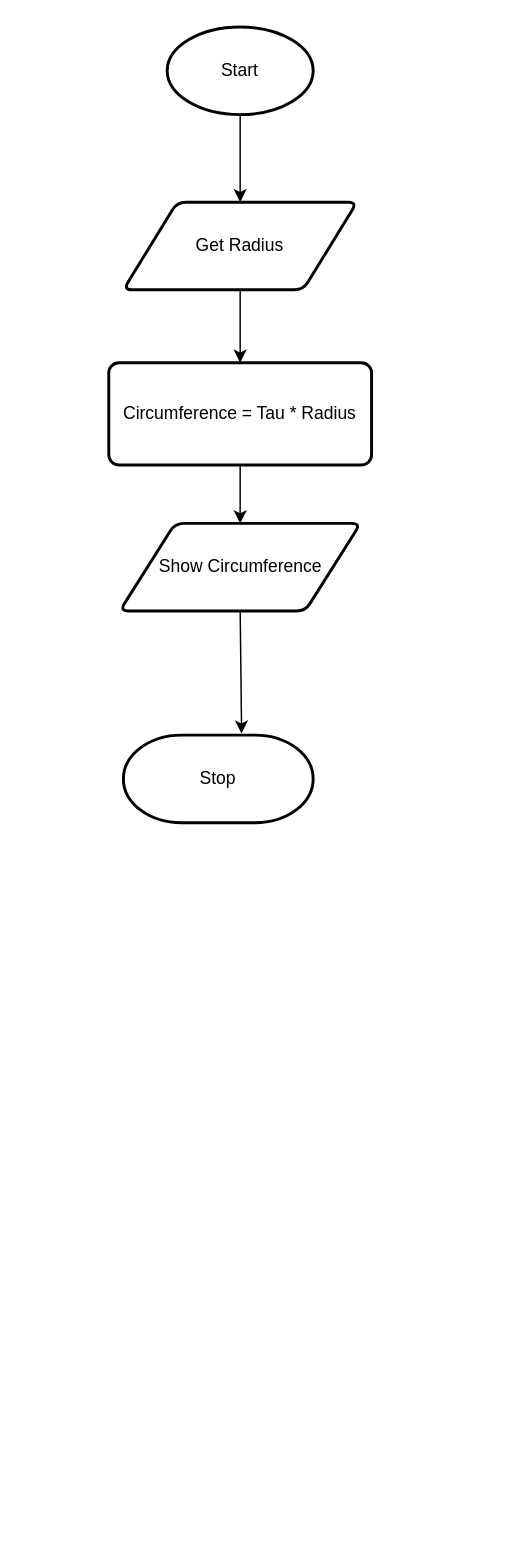
This is flowchart.drawio from Ethan-Prieur1/ICS3U-Unit6-03-Python, a draw.io file, before an edit. Source tidied: cells renumbered, new cells numbered last; positions are measured from the earlier drawing's top-left corner, leaving out a move shared by most shapes. Both pictures are drawn from the tidied source at 146%, with x=0, y=0 at pixel (108, 26).
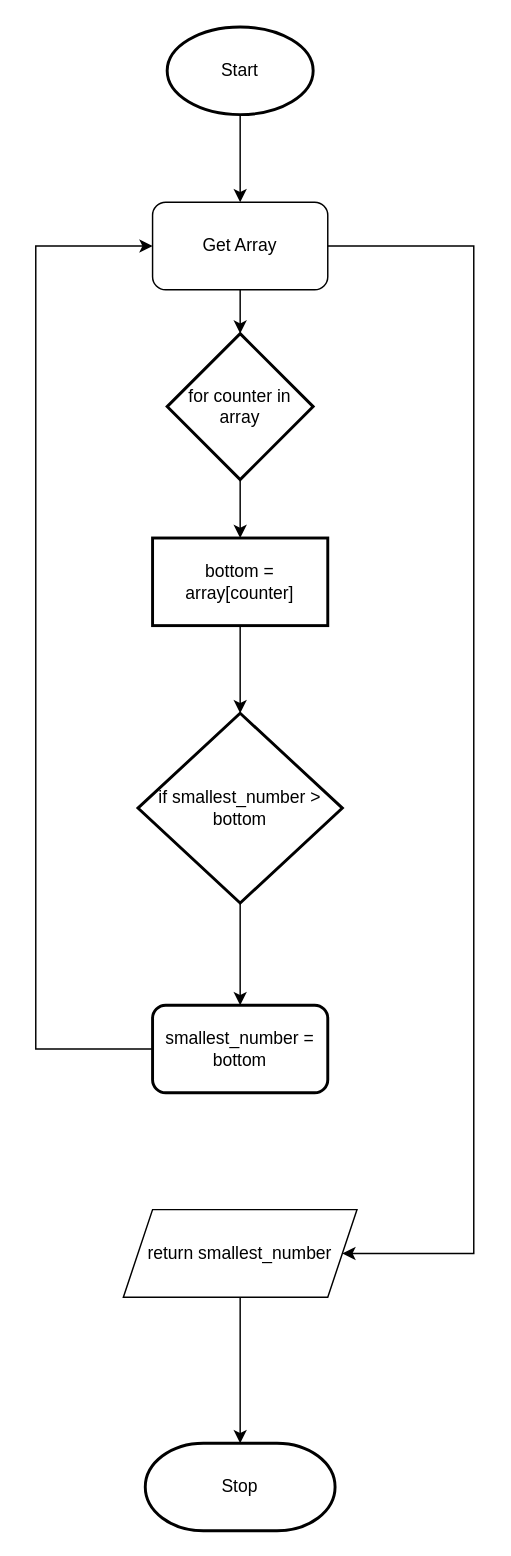
After the change.

The change refers to these unchanged cells:
```xml
<mxCell id="3" value="Start" style="strokeWidth=2;html=1;shape=mxgraph.flowchart.start_1;whiteSpace=wrap;" parent="1" vertex="1">
  <mxGeometry x="40" width="100" height="60" as="geometry" />
</mxCell>
```

What changed in the source:
```diff
@@
-    <mxCell id="2" style="edgeStyle=none;html=1;exitX=0.5;exitY=1;exitDx=0;exitDy=0;exitPerimeter=0;entryX=0.5;entryY=0;entryDx=0;entryDy=0;" parent="1" edge="1" source="3" target="5">
-      <mxGeometry relative="1" as="geometry" />
+    <mxCell id="2" style="edgeStyle=none;html=1;exitX=0.5;exitY=1;exitDx=0;exitDy=0;exitPerimeter=0;entryX=0.5;entryY=0;entryDx=0;entryDy=0;" parent="1" edge="1" source="3">
+      <mxGeometry relative="1" as="geometry">
+        <mxPoint x="90" y="120" as="targetPoint" />
+      </mxGeometry>
     </mxCell>
@@
-    <mxCell id="4" style="edgeStyle=none;html=1;exitX=0.5;exitY=1;exitDx=0;exitDy=0;entryX=0.5;entryY=0;entryDx=0;entryDy=0;" parent="1" edge="1" source="5" target="7">
-      <mxGeometry relative="1" as="geometry" />
-    </mxCell>
-    <mxCell id="5" value="Get Radius" style="shape=parallelogram;html=1;strokeWidth=2;perimeter=parallelogramPerimeter;whiteSpace=wrap;rounded=1;arcSize=12;size=0.23;" parent="1" vertex="1">
-      <mxGeometry x="10" y="120" width="160" height="60" as="geometry" />
-    </mxCell>
-    <mxCell id="6" style="edgeStyle=none;html=1;exitX=0.5;exitY=1;exitDx=0;exitDy=0;entryX=0.5;entryY=0;entryDx=0;entryDy=0;" parent="1" edge="1" source="7" target="9">
-      <mxGeometry relative="1" as="geometry" />
-    </mxCell>
-    <mxCell id="7" value="Circumference = Tau * Radius" style="rounded=1;whiteSpace=wrap;html=1;absoluteArcSize=1;arcSize=14;strokeWidth=2;" parent="1" vertex="1">
-      <mxGeometry y="230" width="180" height="70" as="geometry" />
-    </mxCell>
-    <mxCell id="8" style="edgeStyle=none;html=1;exitX=0.5;exitY=1;exitDx=0;exitDy=0;entryX=0.623;entryY=-0.017;entryDx=0;entryDy=0;entryPerimeter=0;" parent="1" edge="1" source="9" target="10">
-      <mxGeometry relative="1" as="geometry" />
-    </mxCell>
-    <mxCell id="9" value="Show Circumference" style="shape=parallelogram;html=1;strokeWidth=2;perimeter=parallelogramPerimeter;whiteSpace=wrap;rounded=1;arcSize=12;size=0.23;" parent="1" vertex="1">
-      <mxGeometry x="7.5" y="340" width="165" height="60" as="geometry" />
-    </mxCell>
     <mxCell id="10" value="Stop" style="strokeWidth=2;html=1;shape=mxgraph.flowchart.terminator;whiteSpace=wrap;" parent="1" vertex="1">
-      <mxGeometry x="10" y="485" width="130" height="60" as="geometry" />
+      <mxGeometry x="25" y="970" width="130" height="60" as="geometry" />
     </mxCell>
+    <mxCell id="11" style="edgeStyle=none;html=1;" parent="1" edge="1" source="13">
+      <mxGeometry relative="1" as="geometry">
+        <mxPoint x="90" y="210" as="targetPoint" />
+      </mxGeometry>
+    </mxCell>
+    <mxCell id="12" style="edgeStyle=orthogonalEdgeStyle;rounded=0;html=1;entryX=1;entryY=0.5;entryDx=0;entryDy=0;" parent="1" edge="1" source="13" target="23">
+      <mxGeometry relative="1" as="geometry">
+        <Array as="points">
+          <mxPoint x="250" y="150" />
+          <mxPoint x="250" y="840" />
+        </Array>
+      </mxGeometry>
+    </mxCell>
+    <mxCell id="13" value="Get Array" style="rounded=1;whiteSpace=wrap;html=1;" parent="1" vertex="1">
+      <mxGeometry x="30" y="120" width="120" height="60" as="geometry" />
+    </mxCell>
+    <mxCell id="14" style="edgeStyle=none;html=1;" parent="1" edge="1" source="15" target="17">
+      <mxGeometry relative="1" as="geometry" />
+    </mxCell>
+    <mxCell id="15" value="for counter in array" style="strokeWidth=2;html=1;shape=mxgraph.flowchart.decision;whiteSpace=wrap;" parent="1" vertex="1">
+      <mxGeometry x="40" y="210" width="100" height="100" as="geometry" />
+    </mxCell>
+    <mxCell id="16" style="edgeStyle=none;html=1;" parent="1" edge="1" source="17" target="19">
+      <mxGeometry relative="1" as="geometry" />
+    </mxCell>
+    <mxCell id="17" value="bottom = array[counter]" style="whiteSpace=wrap;html=1;strokeWidth=2;" parent="1" vertex="1">
+      <mxGeometry x="30" y="350" width="120" height="60" as="geometry" />
+    </mxCell>
+    <mxCell id="18" style="edgeStyle=none;html=1;" parent="1" edge="1" source="19" target="21">
+      <mxGeometry relative="1" as="geometry" />
+    </mxCell>
+    <mxCell id="19" value="if smallest_number &amp;gt; bottom" style="rhombus;whiteSpace=wrap;html=1;strokeWidth=2;" parent="1" vertex="1">
+      <mxGeometry x="20" y="470" width="140" height="130" as="geometry" />
+    </mxCell>
+    <mxCell id="20" style="edgeStyle=orthogonalEdgeStyle;html=1;exitX=0;exitY=0.5;exitDx=0;exitDy=0;entryX=0;entryY=0.5;entryDx=0;entryDy=0;rounded=0;" parent="1" edge="1" source="21" target="13">
+      <mxGeometry relative="1" as="geometry">
+        <Array as="points">
+          <mxPoint x="-50" y="700" />
+          <mxPoint x="-50" y="150" />
+        </Array>
+      </mxGeometry>
+    </mxCell>
+    <mxCell id="21" value="smallest_number = bottom" style="rounded=1;whiteSpace=wrap;html=1;strokeWidth=2;" parent="1" vertex="1">
+      <mxGeometry x="30" y="670" width="120" height="60" as="geometry" />
+    </mxCell>
+    <mxCell id="22" style="edgeStyle=orthogonalEdgeStyle;rounded=0;html=1;entryX=0.5;entryY=0;entryDx=0;entryDy=0;entryPerimeter=0;" parent="1" edge="1" source="23" target="10">
+      <mxGeometry relative="1" as="geometry" />
+    </mxCell>
+    <mxCell id="23" value="return smallest_number" style="shape=parallelogram;perimeter=parallelogramPerimeter;whiteSpace=wrap;html=1;fixedSize=1;" parent="1" vertex="1">
+      <mxGeometry x="10" y="810" width="160" height="60" as="geometry" />
+    </mxCell>
```
